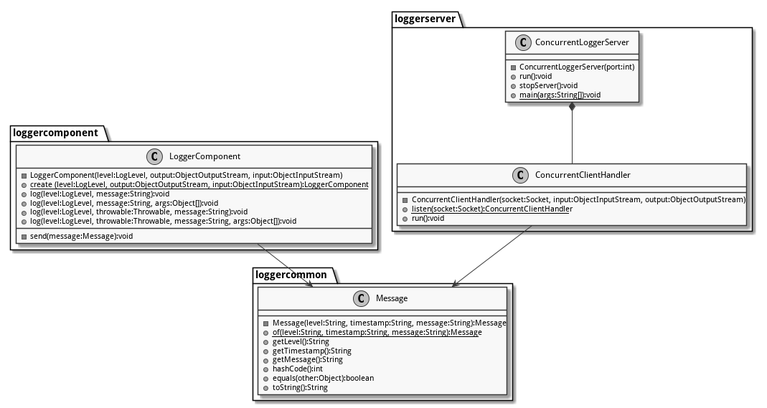
This is SchnittstelleTCP/classes.png from patrickbucher/vsk-team5, a PlantUML export, as it was before one commit.
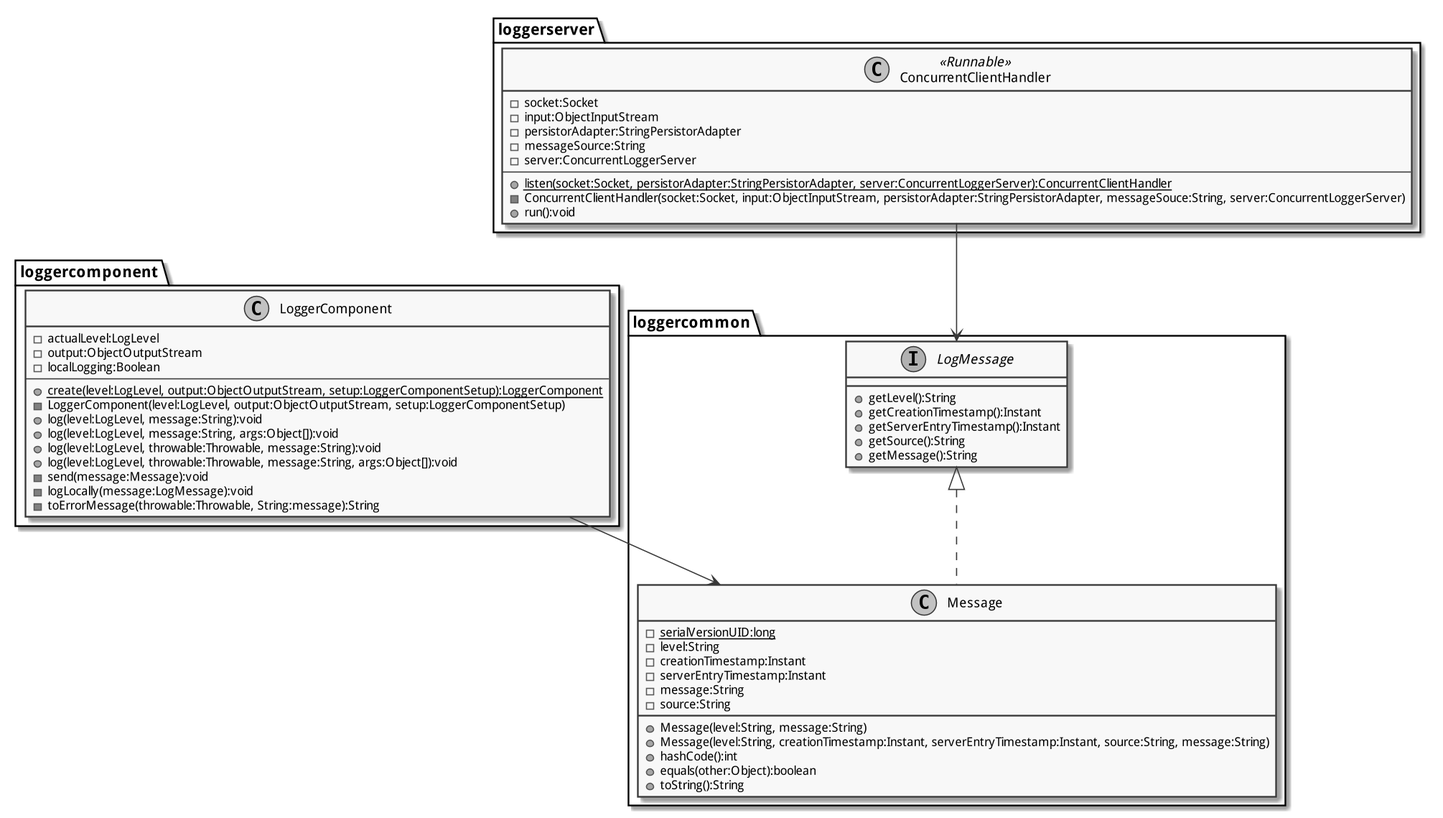
The same file after the commit.

Commit message:
Klassendiagramm für TCP-Kommunikation angepasst

Diff of the diagram source:
```diff
@@ -1,44 +1,66 @@
 @startuml
+
 skinparam monochrome true
 skinparam defaultFontName Droid Sans
+skinparam dpi 150
+
+package "loggercommon" {
+    interface LogMessage {
+        + getLevel():String
+        + getCreationTimestamp():Instant
+        + getServerEntryTimestamp():Instant
+        + getSource():String
+        + getMessage():String
+    }
+    class Message {
+        {static} - serialVersionUID:long
+        - level:String
+        - creationTimestamp:Instant
+        - serverEntryTimestamp:Instant
+        - message:String
+        - source:String
+        + Message(level:String, message:String)
+        + Message(level:String, creationTimestamp:Instant, serverEntryTimestamp:Instant, source:String, message:String)
+        + hashCode():int
+        + equals(other:Object):boolean
+        + toString():String
+    }
+    LogMessage <|.. Message
+}
+
 package "loggercomponent" {
     class LoggerComponent {
-        - LoggerComponent(level:LogLevel, output:ObjectOutputStream, input:ObjectInputStream)
-        {static} + create (level:LogLevel, output:ObjectOutputStream, input:ObjectInputStream):LoggerComponent
+        - actualLevel:LogLevel
+        - output:ObjectOutputStream
+        - localLogging:Boolean
+        ---
+        {static} + create(level:LogLevel, output:ObjectOutputStream, setup:LoggerComponentSetup):LoggerComponent
+        - LoggerComponent(level:LogLevel, output:ObjectOutputStream, setup:LoggerComponentSetup)
         + log(level:LogLevel, message:String):void
         + log(level:LogLevel, message:String, args:Object[]):void
         + log(level:LogLevel, throwable:Throwable, message:String):void
         + log(level:LogLevel, throwable:Throwable, message:String, args:Object[]):void
-        ___
         - send(message:Message):void
-    }
-    LoggerComponent --> loggercommon.Message
-}
-package "loggercommon" {
-    class Message {
-        - Message(level:String, timestamp:String, message:String):Message
-        {static} + of(level:String, timestamp:String, message:String):Message
-        + getLevel():String
-        + getTimestamp():String
-        + getMessage():String
-        + hashCode():int
-        + equals(other:Object):boolean
-        + toString():String
+        - logLocally(message:LogMessage):void
+        - toErrorMessage(throwable:Throwable, String:message):String
     }
 }
+
 package "loggerserver" {
-    class ConcurrentLoggerServer {
-        - ConcurrentLoggerServer(port:int)
-        + run():void
-        + stopServer():void
-        {static} + main(args:String[]):void
-    }
-    class ConcurrentClientHandler {
-        - ConcurrentClientHandler(socket:Socket, input:ObjectInputStream, output:ObjectOutputStream)
-        {static} + listen(socket:Socket):ConcurrentClientHandler
+    class ConcurrentClientHandler << Runnable >> {
+        - socket:Socket
+        - input:ObjectInputStream
+        - persistorAdapter:StringPersistorAdapter
+        - messageSource:String
+        - server:ConcurrentLoggerServer
+        ---
+        {static} + listen(socket:Socket, persistorAdapter:StringPersistorAdapter, server:ConcurrentLoggerServer):ConcurrentClientHandler
+        - ConcurrentClientHandler(socket:Socket, input:ObjectInputStream, persistorAdapter:StringPersistorAdapter, messageSouce:String, server:ConcurrentLoggerServer)
         + run():void
     }
-    ConcurrentLoggerServer *-- ConcurrentClientHandler
-    ConcurrentClientHandler --> loggercommon.Message
 }
+
+LoggerComponent --> Message
+ConcurrentClientHandler --> LogMessage
+
 @enduml
```
